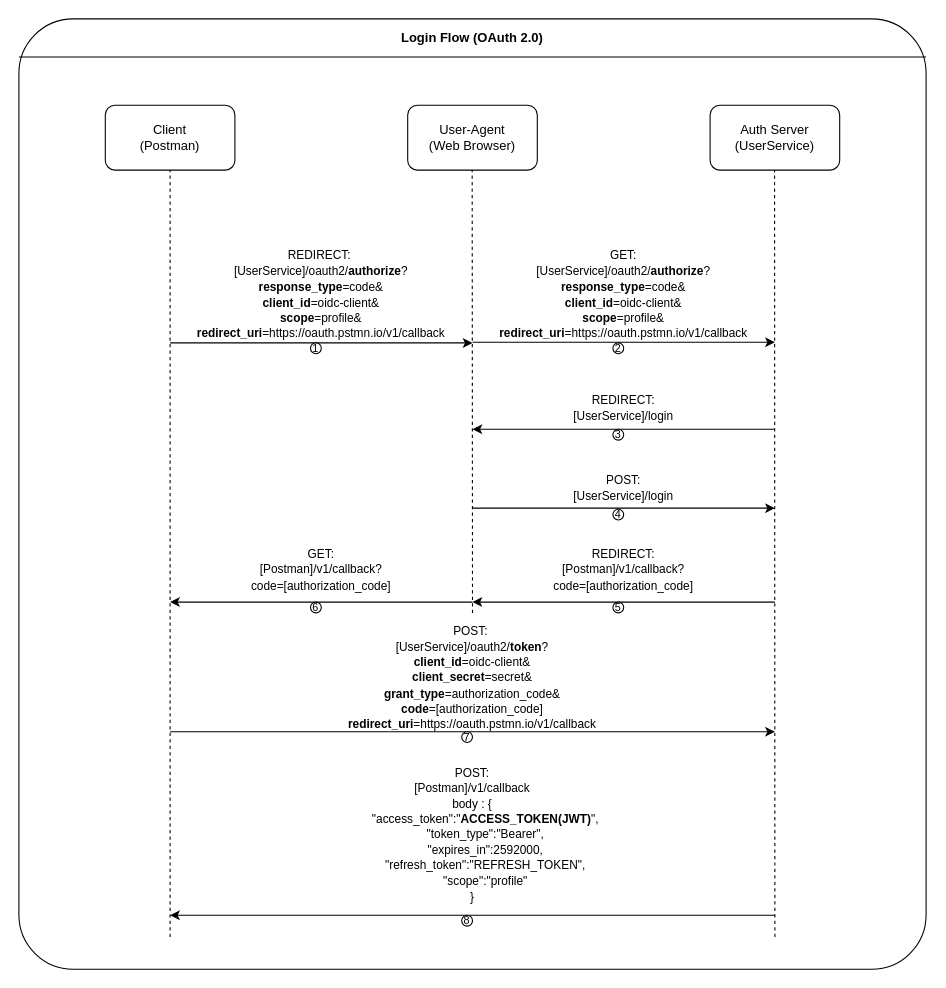
Above: design-docs/high-level-design/data-flows/03-Login-Flow.drawio in sridharpatil047/ecom (draw.io), before the change. Source tidied: cells renumbered, new cells numbered last; positions are measured from the earlier drawing's top-left corner, leaving out a move shared by most shapes. Both pictures are drawn from the tidied source at 108%, with x=0, y=0 at pixel (18, 18).
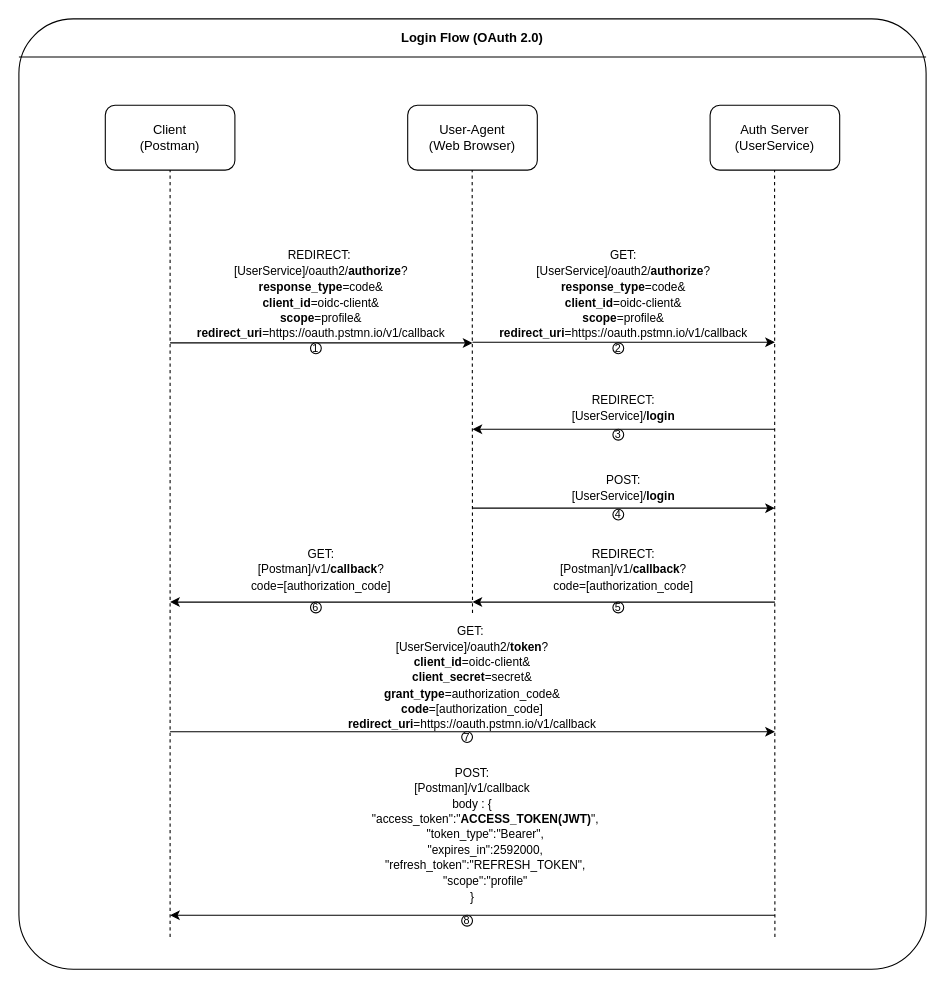
The same page after the edit.

Change to the diagram source:
```diff
@@
-    <mxCell id="17" value="&lt;div&gt;&lt;span style=&quot;font-size: 11px; text-wrap: nowrap; background-color: rgb(255, 255, 255);&quot;&gt;REDIRECT:&lt;/span&gt;&lt;/div&gt;&lt;span style=&quot;font-size: 11px; text-wrap: nowrap; background-color: rgb(255, 255, 255);&quot;&gt;[UserService]/login&lt;/span&gt;" style="text;html=1;align=center;verticalAlign=middle;whiteSpace=wrap;rounded=0;rotation=0;" parent="1" vertex="1">
+    <mxCell id="17" value="&lt;div&gt;&lt;span style=&quot;font-size: 11px; text-wrap: nowrap; background-color: rgb(255, 255, 255);&quot;&gt;REDIRECT:&lt;/span&gt;&lt;/div&gt;&lt;span style=&quot;font-size: 11px; text-wrap: nowrap; background-color: rgb(255, 255, 255);&quot;&gt;[UserService]/&lt;b&gt;login&lt;/b&gt;&lt;/span&gt;" style="text;html=1;align=center;verticalAlign=middle;whiteSpace=wrap;rounded=0;rotation=0;" parent="1" vertex="1">
       <mxGeometry x="420" y="340" width="280" height="40" as="geometry" />
     </mxCell>
-    <mxCell id="18" value="&lt;div&gt;&lt;span style=&quot;font-size: 11px; text-wrap: nowrap; background-color: rgb(255, 255, 255);&quot;&gt;POST:&lt;/span&gt;&lt;/div&gt;&lt;span style=&quot;font-size: 11px; text-wrap: nowrap; background-color: rgb(255, 255, 255);&quot;&gt;[UserService]/login&lt;/span&gt;" style="text;html=1;align=center;verticalAlign=middle;whiteSpace=wrap;rounded=0;rotation=0;" parent="1" vertex="1">
+    <mxCell id="18" value="&lt;div&gt;&lt;span style=&quot;font-size: 11px; text-wrap: nowrap; background-color: rgb(255, 255, 255);&quot;&gt;POST:&lt;/span&gt;&lt;/div&gt;&lt;span style=&quot;font-size: 11px; text-wrap: nowrap; background-color: rgb(255, 255, 255);&quot;&gt;[UserService]/&lt;b&gt;login&lt;/b&gt;&lt;/span&gt;" style="text;html=1;align=center;verticalAlign=middle;whiteSpace=wrap;rounded=0;rotation=0;" parent="1" vertex="1">
       <mxGeometry x="420" y="414" width="280" height="40" as="geometry" />
     </mxCell>
@@
-    <mxCell id="20" value="&lt;div&gt;&lt;span style=&quot;font-size: 11px; text-wrap: nowrap; background-color: rgb(255, 255, 255);&quot;&gt;REDIRECT:&lt;/span&gt;&lt;/div&gt;&lt;span style=&quot;font-size: 11px; text-wrap: nowrap; background-color: rgb(255, 255, 255);&quot;&gt;[Postman]/v1/callback?&lt;/span&gt;&lt;div&gt;&lt;span style=&quot;font-size: 11px; text-wrap: nowrap; background-color: rgb(255, 255, 255);&quot;&gt;code=[authorization_code]&lt;/span&gt;&lt;/div&gt;" style="text;html=1;align=center;verticalAlign=middle;whiteSpace=wrap;rounded=0;rotation=0;" parent="1" vertex="1">
+    <mxCell id="20" value="&lt;div&gt;&lt;span style=&quot;font-size: 11px; text-wrap: nowrap; background-color: rgb(255, 255, 255);&quot;&gt;REDIRECT:&lt;/span&gt;&lt;/div&gt;&lt;span style=&quot;font-size: 11px; text-wrap: nowrap; background-color: rgb(255, 255, 255);&quot;&gt;[Postman]/v1/&lt;b&gt;callback&lt;/b&gt;?&lt;/span&gt;&lt;div&gt;&lt;span style=&quot;font-size: 11px; text-wrap: nowrap; background-color: rgb(255, 255, 255);&quot;&gt;code=[authorization_code]&lt;/span&gt;&lt;/div&gt;" style="text;html=1;align=center;verticalAlign=middle;whiteSpace=wrap;rounded=0;rotation=0;" parent="1" vertex="1">
       <mxGeometry x="420" y="490" width="280" height="40" as="geometry" />
     </mxCell>
@@
-    <mxCell id="22" value="&lt;div&gt;&lt;span style=&quot;font-size: 11px; text-wrap: nowrap; background-color: rgb(255, 255, 255);&quot;&gt;GET:&lt;/span&gt;&lt;/div&gt;&lt;span style=&quot;font-size: 11px; text-wrap: nowrap; background-color: rgb(255, 255, 255);&quot;&gt;[Postman]/v1/callback?&lt;/span&gt;&lt;div&gt;&lt;span style=&quot;font-size: 11px; text-wrap: nowrap; background-color: rgb(255, 255, 255);&quot;&gt;code=[authorization_code]&lt;/span&gt;&lt;/div&gt;" style="text;html=1;align=center;verticalAlign=middle;whiteSpace=wrap;rounded=0;rotation=0;" parent="1" vertex="1">
+    <mxCell id="22" value="&lt;div&gt;&lt;span style=&quot;font-size: 11px; text-wrap: nowrap; background-color: rgb(255, 255, 255);&quot;&gt;GET:&lt;/span&gt;&lt;/div&gt;&lt;span style=&quot;font-size: 11px; text-wrap: nowrap; background-color: rgb(255, 255, 255);&quot;&gt;[Postman]/v1/&lt;b&gt;callback&lt;/b&gt;?&lt;/span&gt;&lt;div&gt;&lt;span style=&quot;font-size: 11px; text-wrap: nowrap; background-color: rgb(255, 255, 255);&quot;&gt;code=[authorization_code]&lt;/span&gt;&lt;/div&gt;" style="text;html=1;align=center;verticalAlign=middle;whiteSpace=wrap;rounded=0;rotation=0;" parent="1" vertex="1">
       <mxGeometry x="140" y="490" width="280" height="40" as="geometry" />
     </mxCell>
@@
-    <mxCell id="24" value="&lt;span style=&quot;font-size: 11px; text-wrap: nowrap; background-color: rgb(255, 255, 255);&quot;&gt;POST:&amp;nbsp;&lt;/span&gt;&lt;div&gt;&lt;span style=&quot;font-size: 11px; text-wrap: nowrap; background-color: rgb(255, 255, 255);&quot;&gt;[UserService]/oauth2/&lt;b&gt;token&lt;/b&gt;?&lt;/span&gt;&lt;div&gt;&lt;span style=&quot;font-size: 11px; background-color: transparent; color: light-dark(rgb(0, 0, 0), rgb(255, 255, 255));&quot;&gt;&lt;b&gt;client_id&lt;/b&gt;=oidc-client&amp;amp;&lt;/span&gt;&lt;/div&gt;&lt;div&gt;&lt;span style=&quot;font-size: 11px; background-color: transparent; color: light-dark(rgb(0, 0, 0), rgb(255, 255, 255));&quot;&gt;&lt;b&gt;client_secret&lt;/b&gt;=secret&amp;amp;&lt;/span&gt;&lt;/div&gt;&lt;div&gt;&lt;div&gt;&lt;span style=&quot;background-color: transparent; font-size: 11px; text-wrap: nowrap;&quot;&gt;&lt;b&gt;grant_type&lt;/b&gt;=authorization_code&amp;amp;&lt;/span&gt;&lt;/div&gt;&lt;div&gt;&lt;span style=&quot;font-size: 11px; text-wrap: nowrap; background-color: rgb(255, 255, 255);&quot;&gt;&lt;b&gt;code&lt;/b&gt;=[authorization_code]&lt;/span&gt;&lt;/div&gt;&lt;/div&gt;&lt;div&gt;&lt;span style=&quot;font-size: 11px; background-color: transparent; color: light-dark(rgb(0, 0, 0), rgb(255, 255, 255));&quot;&gt;&lt;b&gt;redirect_uri&lt;/b&gt;=&lt;/span&gt;&lt;span style=&quot;background-color: transparent; font-size: 11px;&quot;&gt;https://oauth.pstmn.io/v1/callback&lt;/span&gt;&lt;/div&gt;&lt;/div&gt;" style="text;html=1;align=center;verticalAlign=middle;whiteSpace=wrap;rounded=0;rotation=0;" parent="1" vertex="1">
+    <mxCell id="24" value="&lt;span style=&quot;font-size: 11px; text-wrap: nowrap; background-color: rgb(255, 255, 255);&quot;&gt;GET:&amp;nbsp;&lt;/span&gt;&lt;div&gt;&lt;span style=&quot;font-size: 11px; text-wrap: nowrap; background-color: rgb(255, 255, 255);&quot;&gt;[UserService]/oauth2/&lt;b&gt;token&lt;/b&gt;?&lt;/span&gt;&lt;div&gt;&lt;span style=&quot;font-size: 11px; background-color: transparent; color: light-dark(rgb(0, 0, 0), rgb(255, 255, 255));&quot;&gt;&lt;b&gt;client_id&lt;/b&gt;=oidc-client&amp;amp;&lt;/span&gt;&lt;/div&gt;&lt;div&gt;&lt;span style=&quot;font-size: 11px; background-color: transparent; color: light-dark(rgb(0, 0, 0), rgb(255, 255, 255));&quot;&gt;&lt;b&gt;client_secret&lt;/b&gt;=secret&amp;amp;&lt;/span&gt;&lt;/div&gt;&lt;div&gt;&lt;div&gt;&lt;span style=&quot;background-color: transparent; font-size: 11px; text-wrap: nowrap;&quot;&gt;&lt;b&gt;grant_type&lt;/b&gt;=authorization_code&amp;amp;&lt;/span&gt;&lt;/div&gt;&lt;div&gt;&lt;span style=&quot;font-size: 11px; text-wrap: nowrap; background-color: rgb(255, 255, 255);&quot;&gt;&lt;b&gt;code&lt;/b&gt;=[authorization_code]&lt;/span&gt;&lt;/div&gt;&lt;/div&gt;&lt;div&gt;&lt;span style=&quot;font-size: 11px; background-color: transparent; color: light-dark(rgb(0, 0, 0), rgb(255, 255, 255));&quot;&gt;&lt;b&gt;redirect_uri&lt;/b&gt;=&lt;/span&gt;&lt;span style=&quot;background-color: transparent; font-size: 11px;&quot;&gt;https://oauth.pstmn.io/v1/callback&lt;/span&gt;&lt;/div&gt;&lt;/div&gt;" style="text;html=1;align=center;verticalAlign=middle;whiteSpace=wrap;rounded=0;rotation=0;" parent="1" vertex="1">
       <mxGeometry x="280" y="560" width="280" height="100" as="geometry" />
     </mxCell>
```
